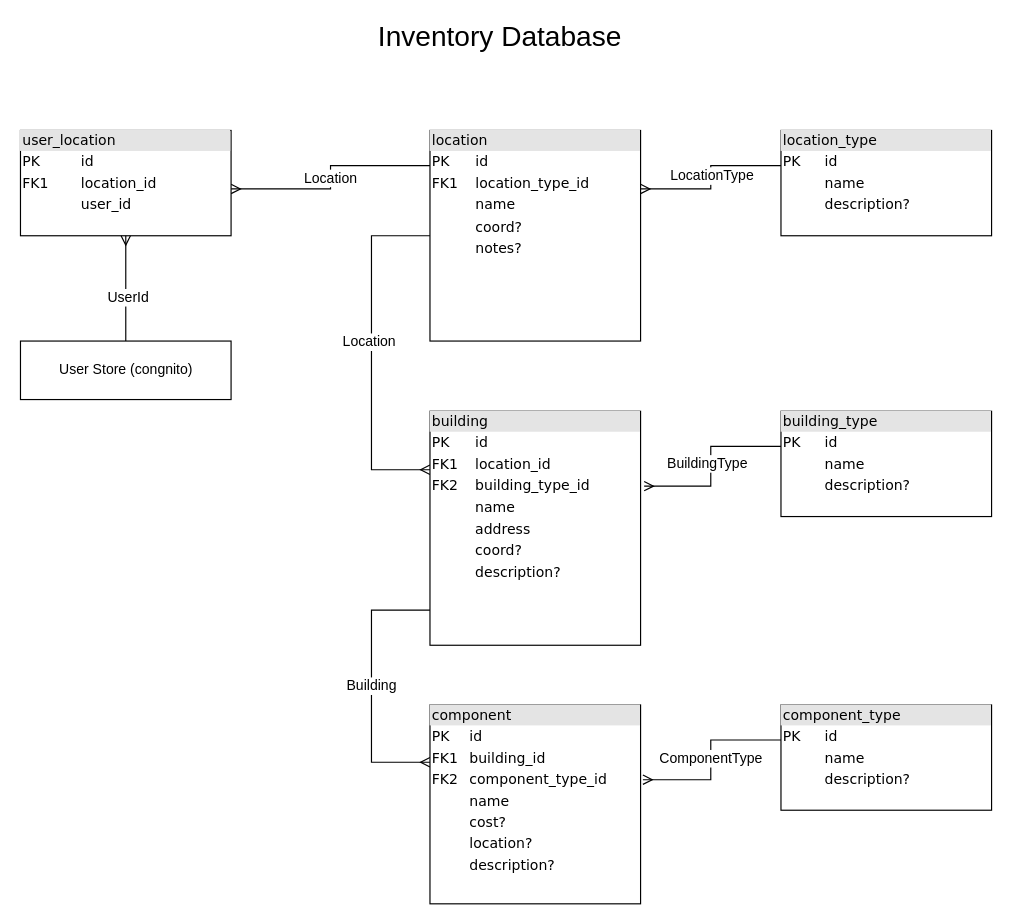
vanister/inventory keeps this draw.io diagram as database/docs/Inventory Database Diagram.drawio. Above is the earlier version. Source tidied: cells renumbered, new cells numbered last; positions are measured from the earlier drawing's top-left corner, leaving out a move shared by most shapes. Both pictures are drawn from the tidied source at 117%, with x=0, y=0 at pixel (20, 25).
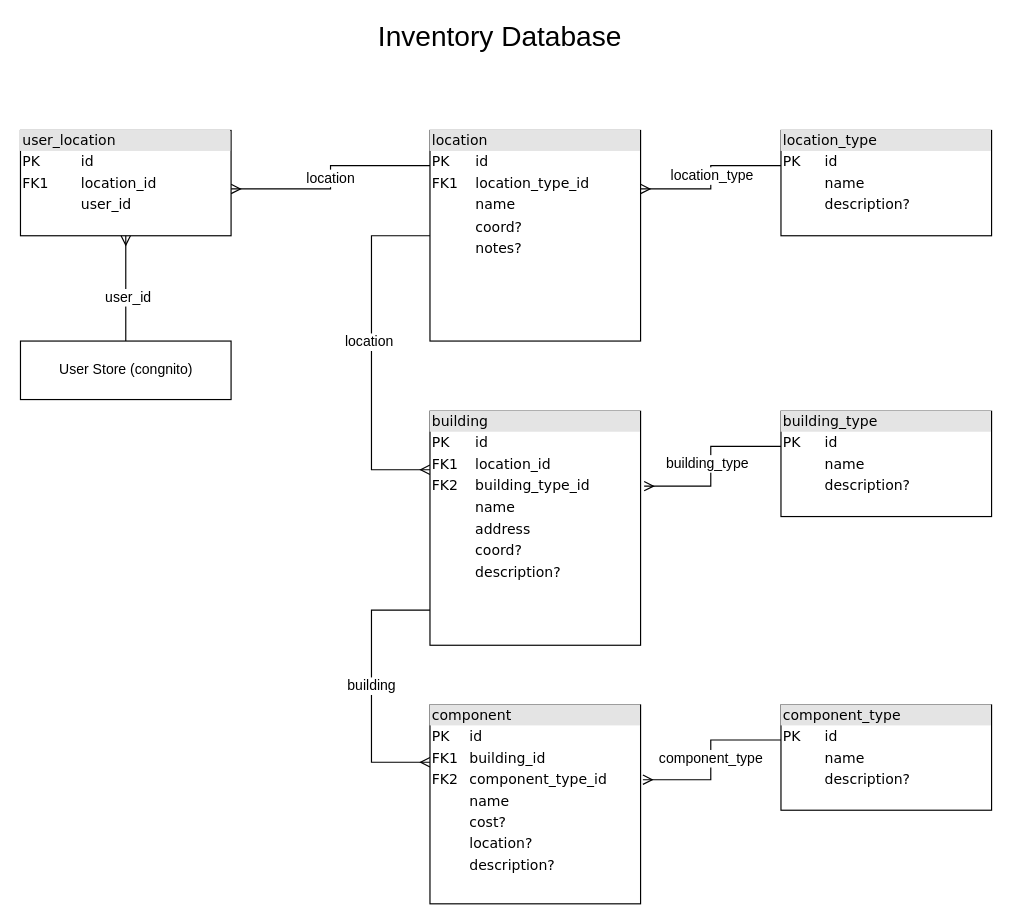
Above is the later version.

The change refers to these unchanged cells:
```xml
<mxCell id="2" style="edgeStyle=orthogonalEdgeStyle;rounded=0;jettySize=auto;html=1;startArrow=none;startFill=0;endArrow=ERmany;endFill=0;fontSize=12;" parent="1" edge="1" source="6" target="18">
  <mxGeometry relative="1" as="geometry">
    <Array as="points">
      <mxPoint x="265" y="120" />
      <mxPoint x="265" y="140" />
    </Array>
  </mxGeometry>
</mxCell>
<mxCell id="4" style="edgeStyle=orthogonalEdgeStyle;rounded=0;jettySize=auto;html=1;startArrow=none;startFill=0;endArrow=ERmany;endFill=0;fontSize=12;" parent="1" edge="1" source="6" target="8">
  <mxGeometry relative="1" as="geometry">
    <Array as="points">
      <mxPoint x="300" y="180" />
      <mxPoint x="300" y="380" />
    </Array>
  </mxGeometry>
</mxCell>
<mxCell id="8" value="&lt;div style=&quot;box-sizing: border-box ; width: 100% ; background: #e4e4e4 ; padding: 2px&quot;&gt;building&lt;/div&gt;&lt;table style=&quot;width: 100% ; font-size: 1em&quot; cellspacing=&quot;0&quot; cellpadding=&quot;2&quot;&gt;&lt;tbody&gt;&lt;tr&gt;&lt;td&gt;PK&lt;/td&gt;&lt;td&gt;id&lt;/td&gt;&lt;/tr&gt;&lt;tr&gt;&lt;td&gt;FK1&lt;/td&gt;&lt;td&gt;location_id&lt;br&gt;&lt;/td&gt;&lt;/tr&gt;&lt;tr&gt;&lt;td&gt;FK2&lt;/td&gt;&lt;td&gt;building_type_id&lt;br&gt;&lt;/td&gt;&lt;/tr&gt;&lt;tr&gt;&lt;td&gt;&lt;br&gt;&lt;/td&gt;&lt;td&gt;name&lt;br&gt;&lt;/td&gt;&lt;/tr&gt;&lt;tr&gt;&lt;td&gt;&lt;br&gt;&lt;/td&gt;&lt;td&gt;address&lt;br&gt;&lt;/td&gt;&lt;/tr&gt;&lt;tr&gt;&lt;td&gt;&lt;br&gt;&lt;/td&gt;&lt;td&gt;coord?&lt;br&gt;&lt;/td&gt;&lt;/tr&gt;&lt;tr&gt;&lt;td&gt;&lt;br&gt;&lt;/td&gt;&lt;td&gt;description?&lt;br&gt;&lt;/td&gt;&lt;/tr&gt;&lt;tr&gt;&lt;td&gt;&lt;br&gt;&lt;/td&gt;&lt;td&gt;&lt;br&gt;&lt;/td&gt;&lt;/tr&gt;&lt;tr&gt;&lt;td&gt;&lt;br&gt;&lt;/td&gt;&lt;td&gt;&lt;br&gt;&lt;/td&gt;&lt;/tr&gt;&lt;tr&gt;&lt;td&gt;&lt;br&gt;&lt;/td&gt;&lt;td&gt;&lt;br&gt;&lt;/td&gt;&lt;/tr&gt;&lt;/tbody&gt;&lt;/table&gt;" style="verticalAlign=top;align=left;overflow=fill;html=1;rounded=0;shadow=0;comic=0;labelBackgroundColor=none;strokeColor=#000000;strokeWidth=1;fillColor=#ffffff;fontFamily=Verdana;fontSize=12;fontColor=#000000;" parent="1" vertex="1">
  <mxGeometry x="350" y="330" width="180" height="200" as="geometry" />
</mxCell>
<mxCell id="9" style="edgeStyle=orthogonalEdgeStyle;rounded=0;jettySize=auto;html=1;entryX=1.017;entryY=0.32;entryDx=0;entryDy=0;entryPerimeter=0;startArrow=none;startFill=0;endArrow=ERmany;endFill=0;fontSize=12;" parent="1" edge="1" source="11" target="8">
  <mxGeometry relative="1" as="geometry">
    <Array as="points">
      <mxPoint x="590" y="360" />
      <mxPoint x="590" y="394" />
    </Array>
  </mxGeometry>
</mxCell>
<mxCell id="12" style="edgeStyle=orthogonalEdgeStyle;rounded=0;jettySize=auto;html=1;startArrow=none;startFill=0;fontSize=24;endArrow=ERmany;endFill=0;" parent="1" edge="1" source="14" target="6">
  <mxGeometry relative="1" as="geometry">
    <Array as="points">
      <mxPoint x="590" y="120" />
      <mxPoint x="590" y="140" />
    </Array>
  </mxGeometry>
</mxCell>
<mxCell id="16" value="&lt;div style=&quot;box-sizing: border-box ; width: 100% ; background: #e4e4e4 ; padding: 2px&quot;&gt;component_type&lt;/div&gt;&lt;table style=&quot;width: 100% ; font-size: 1em&quot; cellspacing=&quot;0&quot; cellpadding=&quot;2&quot;&gt;&lt;tbody&gt;&lt;tr&gt;&lt;td&gt;PK&lt;/td&gt;&lt;td&gt;id&lt;/td&gt;&lt;/tr&gt;&lt;tr&gt;&lt;td&gt;&lt;br&gt;&lt;/td&gt;&lt;td&gt;name&lt;br&gt;&lt;/td&gt;&lt;/tr&gt;&lt;tr&gt;&lt;td&gt;&lt;br&gt;&lt;/td&gt;&lt;td&gt;description?&lt;br&gt;&lt;/td&gt;&lt;/tr&gt;&lt;/tbody&gt;&lt;/table&gt;" style="verticalAlign=top;align=left;overflow=fill;html=1;rounded=0;shadow=0;comic=0;labelBackgroundColor=none;strokeColor=#000000;strokeWidth=1;fillColor=#ffffff;fontFamily=Verdana;fontSize=12;fontColor=#000000;" parent="1" vertex="1">
  <mxGeometry x="650" y="581" width="180" height="90" as="geometry" />
</mxCell>
<mxCell id="17" value="&lt;div style=&quot;box-sizing: border-box ; width: 100% ; background: #e4e4e4 ; padding: 2px&quot;&gt;component&lt;/div&gt;&lt;table style=&quot;width: 100% ; font-size: 1em&quot; cellspacing=&quot;0&quot; cellpadding=&quot;2&quot;&gt;&lt;tbody&gt;&lt;tr&gt;&lt;td&gt;PK&lt;/td&gt;&lt;td&gt;id&lt;/td&gt;&lt;/tr&gt;&lt;tr&gt;&lt;td&gt;FK1&lt;/td&gt;&lt;td&gt;building_id&lt;/td&gt;&lt;/tr&gt;&lt;tr&gt;&lt;td&gt;FK2&lt;br&gt;&lt;/td&gt;&lt;td&gt;component_type_id&lt;/td&gt;&lt;/tr&gt;&lt;tr&gt;&lt;td&gt;&lt;br&gt;&lt;/td&gt;&lt;td&gt;name&lt;br&gt;&lt;/td&gt;&lt;/tr&gt;&lt;tr&gt;&lt;td&gt;&lt;br&gt;&lt;/td&gt;&lt;td&gt;cost?&lt;br&gt;&lt;/td&gt;&lt;/tr&gt;&lt;tr&gt;&lt;td&gt;&lt;br&gt;&lt;/td&gt;&lt;td&gt;location?&lt;br&gt;&lt;/td&gt;&lt;/tr&gt;&lt;tr&gt;&lt;td&gt;&lt;br&gt;&lt;/td&gt;&lt;td&gt;description?&lt;br&gt;&lt;/td&gt;&lt;/tr&gt;&lt;tr&gt;&lt;td&gt;&lt;br&gt;&lt;/td&gt;&lt;td&gt;&lt;br&gt;&lt;/td&gt;&lt;/tr&gt;&lt;/tbody&gt;&lt;/table&gt;" style="verticalAlign=top;align=left;overflow=fill;html=1;rounded=0;shadow=0;comic=0;labelBackgroundColor=none;strokeColor=#000000;strokeWidth=1;fillColor=#ffffff;fontFamily=Verdana;fontSize=12;fontColor=#000000;" parent="1" vertex="1">
  <mxGeometry x="350" y="581" width="180" height="170" as="geometry" />
</mxCell>
<mxCell id="19" style="edgeStyle=orthogonalEdgeStyle;rounded=0;jettySize=auto;html=1;entryX=0.5;entryY=1;entryDx=0;entryDy=0;startArrow=none;startFill=0;endArrow=ERmany;endFill=0;fontSize=12;" parent="1" edge="1" source="21" target="18">
  <mxGeometry relative="1" as="geometry" />
</mxCell>
```

What changed in the source:
```diff
@@
-    <mxCell id="3" value="Location" style="text;html=1;align=center;verticalAlign=middle;labelBackgroundColor=#ffffff;fontSize=12;" parent="2" vertex="1">
+    <mxCell id="3" value="location" style="text;html=1;align=center;verticalAlign=middle;labelBackgroundColor=#ffffff;fontSize=12;" parent="2" vertex="1">
       <mxGeometry y="-1" relative="1" as="geometry" />
     </mxCell>
@@
-    <mxCell id="5" value="Location" style="text;html=1;align=center;verticalAlign=middle;labelBackgroundColor=#ffffff;fontSize=12;" parent="4" vertex="1">
+    <mxCell id="5" value="location" style="text;html=1;align=center;verticalAlign=middle;labelBackgroundColor=#ffffff;fontSize=12;" parent="4" vertex="1">
       <mxGeometry x="-0.07" y="-3" relative="1" as="geometry" />
     </mxCell>
@@
-    <mxCell id="7" value="Building" style="edgeStyle=orthogonalEdgeStyle;rounded=0;jettySize=auto;html=1;startArrow=none;startFill=0;endArrow=ERmany;endFill=0;fontSize=12;" parent="1" edge="1" source="8" target="17">
+    <mxCell id="7" value="building" style="edgeStyle=orthogonalEdgeStyle;rounded=0;jettySize=auto;html=1;startArrow=none;startFill=0;endArrow=ERmany;endFill=0;fontSize=12;" parent="1" edge="1" source="8" target="17">
       <mxGeometry relative="1" as="geometry">
         <Array as="points">
           <mxPoint x="300" y="500" />
           <mxPoint x="300" y="630" />
         </Array>
       </mxGeometry>
     </mxCell>
@@
-    <mxCell id="10" value="BuildingType" style="text;html=1;align=center;verticalAlign=middle;labelBackgroundColor=#ffffff;fontSize=12;" parent="9" vertex="1">
+    <mxCell id="10" value="building_type" style="text;html=1;align=center;verticalAlign=middle;labelBackgroundColor=#ffffff;fontSize=12;" parent="9" vertex="1">
       <mxGeometry x="-0.12" y="9" relative="1" as="geometry">
         <mxPoint x="-13" y="8" as="offset" />
       </mxGeometry>
     </mxCell>
@@
-    <mxCell id="13" value="&lt;div style=&quot;font-size: 12px;&quot;&gt;LocationType&lt;/div&gt;" style="text;html=1;align=center;verticalAlign=middle;labelBackgroundColor=#ffffff;fontSize=12;" parent="12" vertex="1">
+    <mxCell id="13" value="&lt;div style=&quot;font-size: 12px&quot;&gt;location_type&lt;/div&gt;" style="text;html=1;align=center;verticalAlign=middle;labelBackgroundColor=#ffffff;fontSize=12;" parent="12" vertex="1">
       <mxGeometry x="-0.14" y="8" relative="1" as="geometry">
         <mxPoint x="-8" y="8" as="offset" />
       </mxGeometry>
     </mxCell>
@@
-    <mxCell id="15" value="ComponentType" style="edgeStyle=orthogonalEdgeStyle;rounded=0;jettySize=auto;html=1;entryX=1.011;entryY=0.376;entryDx=0;entryDy=0;entryPerimeter=0;startArrow=none;startFill=0;endArrow=ERmany;endFill=0;fontSize=12;" parent="1" edge="1" source="16" target="17">
+    <mxCell id="15" value="component_type" style="edgeStyle=orthogonalEdgeStyle;rounded=0;jettySize=auto;html=1;entryX=1.011;entryY=0.376;entryDx=0;entryDy=0;entryPerimeter=0;startArrow=none;startFill=0;endArrow=ERmany;endFill=0;fontSize=12;" parent="1" edge="1" source="16" target="17">
       <mxGeometry relative="1" as="geometry">
         <Array as="points">
           <mxPoint x="590" y="611" />
           <mxPoint x="590" y="645" />
         </Array>
       </mxGeometry>
     </mxCell>
@@
-    <mxCell id="20" value="UserId" style="text;html=1;align=center;verticalAlign=middle;labelBackgroundColor=#ffffff;fontSize=12;" parent="19" vertex="1">
+    <mxCell id="20" value="user_id" style="text;html=1;align=center;verticalAlign=middle;labelBackgroundColor=#ffffff;fontSize=12;" parent="19" vertex="1">
       <mxGeometry x="0.29" y="-1" relative="1" as="geometry">
         <mxPoint y="20" as="offset" />
       </mxGeometry>
     </mxCell>
```
